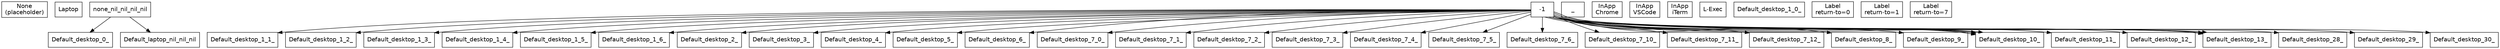
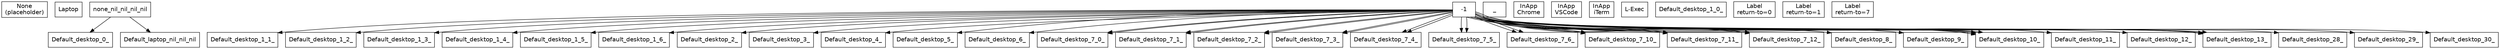
// State space visualization
// Generated by scripts/generate/states.bb
digraph states {
  rankdir=TB;
  node [shape=box, fontname="Helvetica"];

  // States
  None_nil_nil_nil_nil_nil [label="None\n(placeholder)"];
  Default_laptop_nil_nil_nil_nil [label="Laptop"];
  Default_desktop_0_-1_-1_Chrome [label="Normal\nChrome"];
  Default_desktop_0_-1_-1_VSCode [label="Normal\nVSCode"];
  Default_desktop_0_-1_-1_iTerm [label="Normal\niTerm"];
  Default_desktop_0_-1_-1_nil [label="Normal"];
  Default_desktop_1_0_-1_nil [label="Ins\nsubmode=0"];
  Default_desktop_1_1_-1_nil [label="Ins\nsubmode=1"];
  Default_desktop_1_2_-1_nil [label="Ins\nsubmode=2"];
  Default_desktop_1_3_-1_nil [label="Ins\nsubmode=3"];
  Default_desktop_1_4_-1_nil [label="Ins\nsubmode=4"];
  Default_desktop_1_5_-1_nil [label="Ins\nsubmode=5"];
  Default_desktop_1_6_-1_nil [label="Ins\nsubmode=6"];
  Default_desktop_2_-1_-1_nil [label="Nav"];
  Default_desktop_3_-1_-1_nil [label="Chrome"];
  Default_desktop_4_-1_-1_nil [label="VSCode"];
  Default_desktop_5_-1_-1_nil [label="TMUX"];
  Default_desktop_6_-1_-1_nil [label="Comma"];
+   Default_desktop_7_0_-1_nil [label="AltIns"];
+   Default_desktop_7_1_-1_nil [label="AltIns"];
+   Default_desktop_7_2_-1_nil [label="AltIns"];
+   Default_desktop_7_3_-1_nil [label="AltIns"];
+   Default_desktop_7_4_-1_nil [label="AltIns"];
+   Default_desktop_7_5_-1_nil [label="AltIns"];
+   Default_desktop_7_6_-1_nil [label="AltIns"];
+   Default_desktop_7_10_-1_nil [label="AltIns"];
+   Default_desktop_7_11_-1_nil [label="AltIns"];
+   Default_desktop_7_12_-1_nil [label="AltIns"];
  Default_desktop_7_0_-1_nil [label="AltIns"];
  Default_desktop_7_1_-1_nil [label="AltIns"];
  Default_desktop_7_2_-1_nil [label="AltIns"];
  Default_desktop_7_3_-1_nil [label="AltIns"];
  Default_desktop_7_4_-1_nil [label="AltIns"];
  Default_desktop_7_5_-1_nil [label="AltIns"];
  Default_desktop_7_6_-1_nil [label="AltIns"];
  Default_desktop_7_10_-1_nil [label="AltIns"];
  Default_desktop_7_11_-1_nil [label="AltIns"];
  Default_desktop_7_12_-1_nil [label="AltIns"];
  Default_desktop_8_-1_-1_nil [label="Term"];
  Default_desktop_9_-1_-1_nil [label="Admin"];
  Default_desktop_10_-1_-1_Chrome [label="InApp\nChrome"];
  Default_desktop_10_-1_-1_VSCode [label="InApp\nVSCode"];
  Default_desktop_10_-1_-1_iTerm [label="InApp\niTerm"];
  Default_desktop_10_-1_-1_nil [label="InApp"];
  Default_desktop_11_-1_-1_nil [label="AppSwitcher"];
  Default_desktop_12_-1_-1_nil [label="WindowSwitcher"];
  Default_desktop_13_-1_0_nil [label="Label\nreturn-to=0"];
  Default_desktop_13_-1_1_nil [label="Label\nreturn-to=1"];
  Default_desktop_13_-1_7_nil [label="Label\nreturn-to=7"];
  Default_desktop_28_-1_-1_nil [label="Grid"];
  Default_desktop_29_-1_-1_nil [label="L-Entry"];
  Default_desktop_30_-1_-1_nil [label="L-Exec"];

  // Hierarchy edges (parent -> child)
  none_nil_nil_nil_nil -> Default_laptop_nil_nil_nil;
  none_nil_nil_nil_nil -> Default_desktop_0_-1_-1;





  Default_desktop_1_0_-1 -> Default_desktop_1_1_-1_nil;
  Default_desktop_1_0_-1 -> Default_desktop_1_2_-1_nil;
  Default_desktop_1_0_-1 -> Default_desktop_1_3_-1_nil;
  Default_desktop_1_0_-1 -> Default_desktop_1_4_-1_nil;
  Default_desktop_1_0_-1 -> Default_desktop_1_5_-1_nil;
  Default_desktop_1_0_-1 -> Default_desktop_1_6_-1_nil;
  Default_desktop_0_-1_-1 -> Default_desktop_2_-1_-1_nil;
  Default_desktop_0_-1_-1 -> Default_desktop_3_-1_-1_nil;
  Default_desktop_0_-1_-1 -> Default_desktop_4_-1_-1_nil;
  Default_desktop_0_-1_-1 -> Default_desktop_5_-1_-1_nil;
  Default_desktop_0_-1_-1 -> Default_desktop_6_-1_-1_nil;
  Default_desktop_0_-1_-1 -> Default_desktop_7_0_-1_nil;
  Default_desktop_0_-1_-1 -> Default_desktop_7_1_-1_nil;
  Default_desktop_0_-1_-1 -> Default_desktop_7_2_-1_nil;
  Default_desktop_0_-1_-1 -> Default_desktop_7_3_-1_nil;
  Default_desktop_0_-1_-1 -> Default_desktop_7_4_-1_nil;
  Default_desktop_0_-1_-1 -> Default_desktop_7_5_-1_nil;
  Default_desktop_0_-1_-1 -> Default_desktop_7_6_-1_nil;
  Default_desktop_0_-1_-1 -> Default_desktop_7_10_-1_nil;
  Default_desktop_0_-1_-1 -> Default_desktop_7_11_-1_nil;
  Default_desktop_0_-1_-1 -> Default_desktop_7_12_-1_nil;
+   Default_desktop_0_-1_-1 -> Default_desktop_7_0_-1_nil;
+   Default_desktop_0_-1_-1 -> Default_desktop_7_1_-1_nil;
+   Default_desktop_0_-1_-1 -> Default_desktop_7_2_-1_nil;
+   Default_desktop_0_-1_-1 -> Default_desktop_7_3_-1_nil;
+   Default_desktop_0_-1_-1 -> Default_desktop_7_4_-1_nil;
+   Default_desktop_0_-1_-1 -> Default_desktop_7_5_-1_nil;
+   Default_desktop_0_-1_-1 -> Default_desktop_7_6_-1_nil;
+   Default_desktop_0_-1_-1 -> Default_desktop_7_10_-1_nil;
+   Default_desktop_0_-1_-1 -> Default_desktop_7_11_-1_nil;
+   Default_desktop_0_-1_-1 -> Default_desktop_7_12_-1_nil;
  Default_desktop_0_-1_-1 -> Default_desktop_8_-1_-1_nil;
  Default_desktop_0_-1_-1 -> Default_desktop_9_-1_-1_nil;
  Default_desktop_0_-1_-1 -> Default_desktop_10_-1_-1_Chrome;
  Default_desktop_0_-1_-1 -> Default_desktop_10_-1_-1_VSCode;
  Default_desktop_0_-1_-1 -> Default_desktop_10_-1_-1_iTerm;
  Default_desktop_0_-1_-1 -> Default_desktop_10_-1_-1_nil;
  Default_desktop_0_-1_-1 -> Default_desktop_11_-1_-1_nil;
  Default_desktop_0_-1_-1 -> Default_desktop_12_-1_-1_nil;
  Default_desktop_0_-1_-1 -> Default_desktop_13_-1_0_nil;
  Default_desktop_0_-1_-1 -> Default_desktop_13_-1_1_nil;
  Default_desktop_0_-1_-1 -> Default_desktop_13_-1_7_nil;
  Default_desktop_0_-1_-1 -> Default_desktop_28_-1_-1_nil;
  Default_desktop_0_-1_-1 -> Default_desktop_29_-1_-1_nil;
  Default_desktop_0_-1_-1 -> Default_desktop_30_-1_-1_nil;
}
